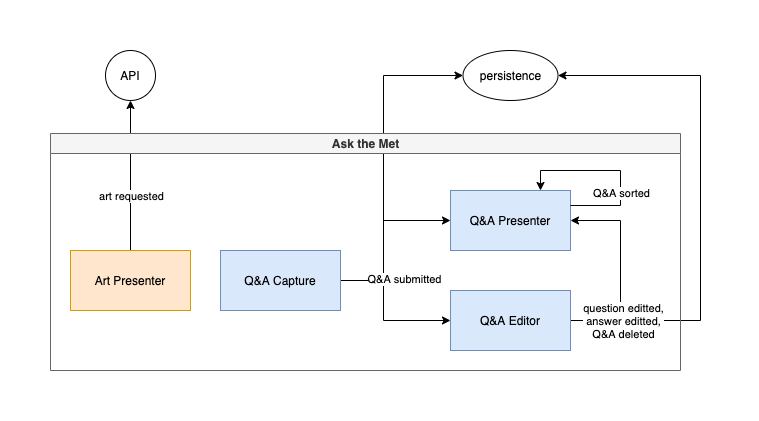
The draw.io diagram assets/ask-the-met.png in melaniebrgr/ask-the-met, before a commit. Source tidied: cells renumbered, new cells last; positions are measured from the earlier drawing's top-left corner, leaving out a move shared by most shapes.
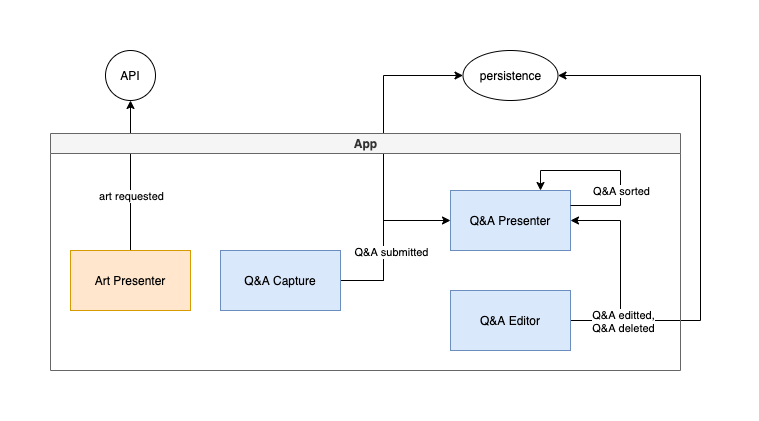
Later version of the same file.

Commit message:
📝 Updates component design

The edit, as a diff of the source:
```diff
@@ -21,14 +21,6 @@
         </Array>
       </mxGeometry>
     </mxCell>
-    <mxCell id="6" style="edgeStyle=orthogonalEdgeStyle;rounded=0;jettySize=auto;html=1;exitX=1;exitY=0.5;exitDx=0;exitDy=0;entryX=0;entryY=0.5;entryDx=0;entryDy=0;" parent="1" edge="1" source="9" target="13">
-      <mxGeometry relative="1" as="geometry">
-        <Array as="points">
-          <mxPoint x="333" y="230" />
-          <mxPoint x="333" y="270" />
-        </Array>
-      </mxGeometry>
-    </mxCell>
     <mxCell id="7" style="edgeStyle=orthogonalEdgeStyle;rounded=0;jettySize=auto;html=1;exitX=1;exitY=0.5;exitDx=0;exitDy=0;entryX=0;entryY=0.5;entryDx=0;entryDy=0;" parent="1" edge="1" source="9" target="16">
       <mxGeometry relative="1" as="geometry">
         <Array as="points">
@@ -39,7 +31,7 @@
     </mxCell>
     <mxCell id="8" value="Q&amp;amp;A submitted" style="edgeLabel;html=1;align=center;verticalAlign=middle;" parent="7" vertex="1">
       <mxGeometry x="-0.72" y="1" relative="1" as="geometry">
-        <mxPoint x="21.9" y="1" as="offset" />
+        <mxPoint x="8" y="-25.5" as="offset" />
       </mxGeometry>
     </mxCell>
     <mxCell id="9" value="Q&amp;amp;A Capture" style="rounded=0;whiteSpace=wrap;html=1;fillColor=#dae8fc;strokeColor=#6c8ebf;" parent="1" vertex="1">
@@ -61,7 +53,7 @@
         </Array>
       </mxGeometry>
     </mxCell>
-    <mxCell id="12" value="question editted,&lt;br&gt;answer editted,&lt;br&gt;Q&amp;amp;A deleted" style="edgeLabel;html=1;align=center;verticalAlign=middle;" parent="11" vertex="1">
+    <mxCell id="12" value="Q&amp;amp;A editted,&lt;br&gt;Q&amp;amp;A deleted" style="edgeLabel;html=1;align=center;verticalAlign=middle;" parent="11" vertex="1">
       <mxGeometry x="-0.89" y="2" relative="1" as="geometry">
         <mxPoint x="25.1" y="2" as="offset" />
       </mxGeometry>
@@ -88,9 +80,11 @@
       </mxGeometry>
     </mxCell>
     <mxCell id="18" value="Q&amp;amp;A sorted" style="edgeLabel;html=1;align=center;verticalAlign=middle;" parent="17" vertex="1">
-      <mxGeometry x="-0.31" relative="1" as="geometry" />
+      <mxGeometry x="-0.31" relative="1" as="geometry">
+        <mxPoint y="-2" as="offset" />
+      </mxGeometry>
     </mxCell>
-    <mxCell id="19" value="Ask the Met" style="swimlane;html=1;startSize=20;horizontal=1;containerType=tree;newEdgeStyle={&quot;edgeStyle&quot;:&quot;elbowEdgeStyle&quot;,&quot;startArrow&quot;:&quot;none&quot;,&quot;endArrow&quot;:&quot;none&quot;};fillColor=#f5f5f5;strokeColor=#666666;fontColor=#333333;" parent="1" vertex="1">
+    <mxCell id="19" value="App" style="swimlane;html=1;startSize=20;horizontal=1;containerType=tree;newEdgeStyle={&quot;edgeStyle&quot;:&quot;elbowEdgeStyle&quot;,&quot;startArrow&quot;:&quot;none&quot;,&quot;endArrow&quot;:&quot;none&quot;};fillColor=#f5f5f5;strokeColor=#666666;fontColor=#333333;" parent="1" vertex="1">
       <mxGeometry y="83" width="630" height="237" as="geometry" />
     </mxCell>
   </root>
```
